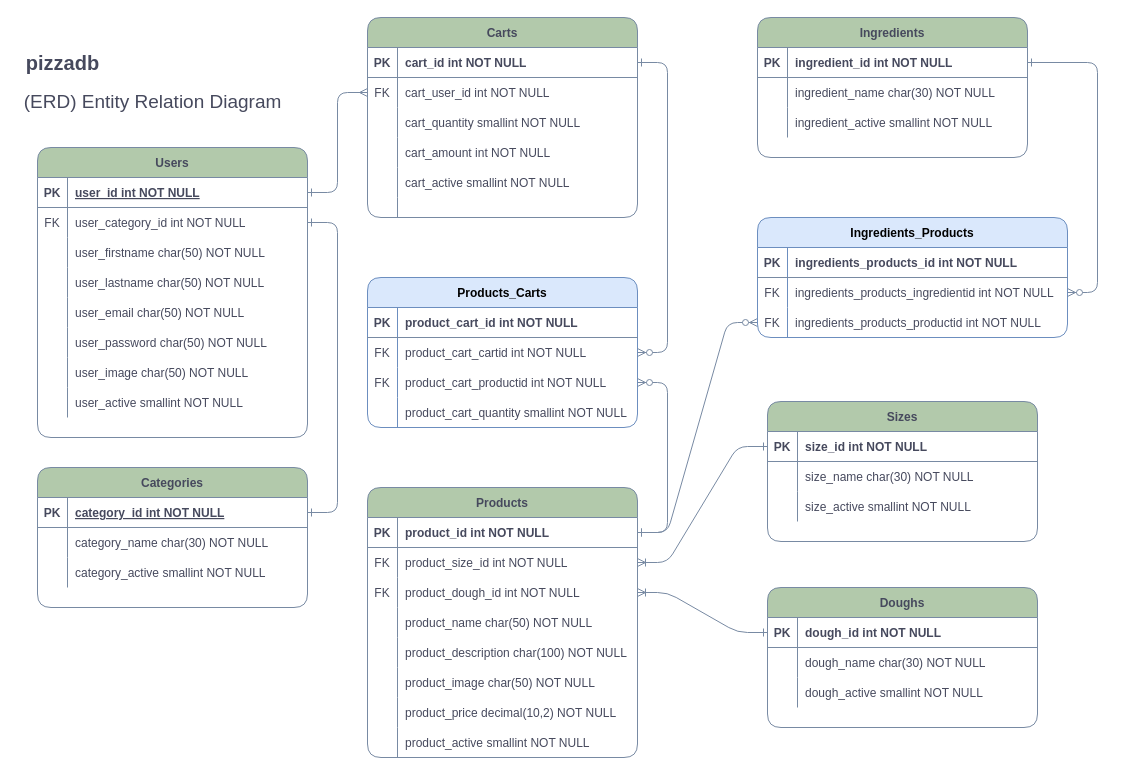
fvignoles/grupo_05_e-pizza keeps this draw.io diagram as Docs/diagrams/erd/pizzadb_erd.drawio. Above is the earlier version. Source tidied: cells renumbered, new cells numbered last; positions are measured from the earlier drawing's top-left corner, leaving out a move shared by most shapes. Both pictures are drawn from the tidied source at 100%, with x=0, y=0 at pixel (17, 17).
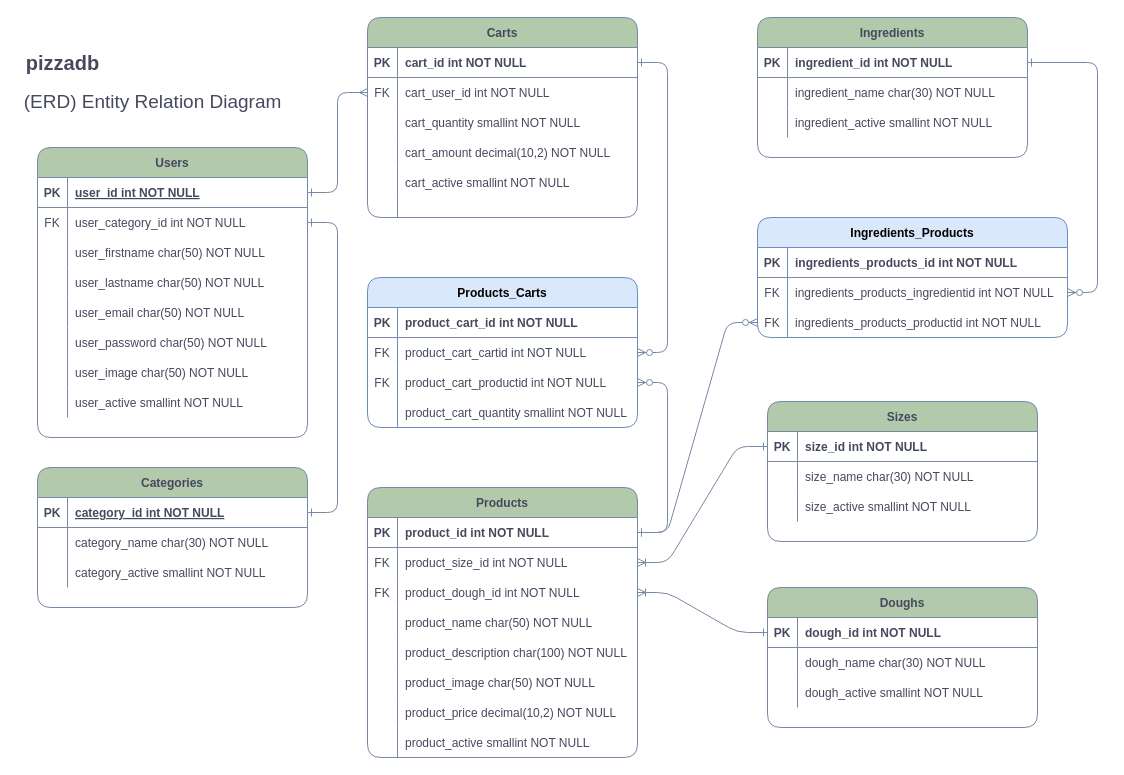
The same diagram, later.

Unchanged cells that the change refers to:
```xml
<mxCell id="109" style="shape=partialRectangle;fillColor=none;top=0;left=0;bottom=0;right=0;verticalAlign=middle;rounded=1;strokeColor=#788AA3;fontColor=#46495D;" parent="99" vertex="1">
  <mxGeometry y="120" width="270" height="30" as="geometry" />
</mxCell>
```

Diff of the diagram source:
```diff
@@
-    <mxCell id="111" value="cart_amount int NOT NULL" style="shape=partialRectangle;fillColor=none;top=0;left=0;bottom=0;right=0;align=left;spacingLeft=6;overflow=hidden;rounded=1;strokeColor=#788AA3;fontColor=#46495D;" parent="109" vertex="1">
+    <mxCell id="111" value="cart_amount decimal(10,2) NOT NULL" style="shape=partialRectangle;fillColor=none;top=0;left=0;bottom=0;right=0;align=left;spacingLeft=6;overflow=hidden;rounded=1;strokeColor=#788AA3;fontColor=#46495D;" parent="109" vertex="1">
       <mxGeometry x="30" width="240" height="30" as="geometry" />
     </mxCell>
```
